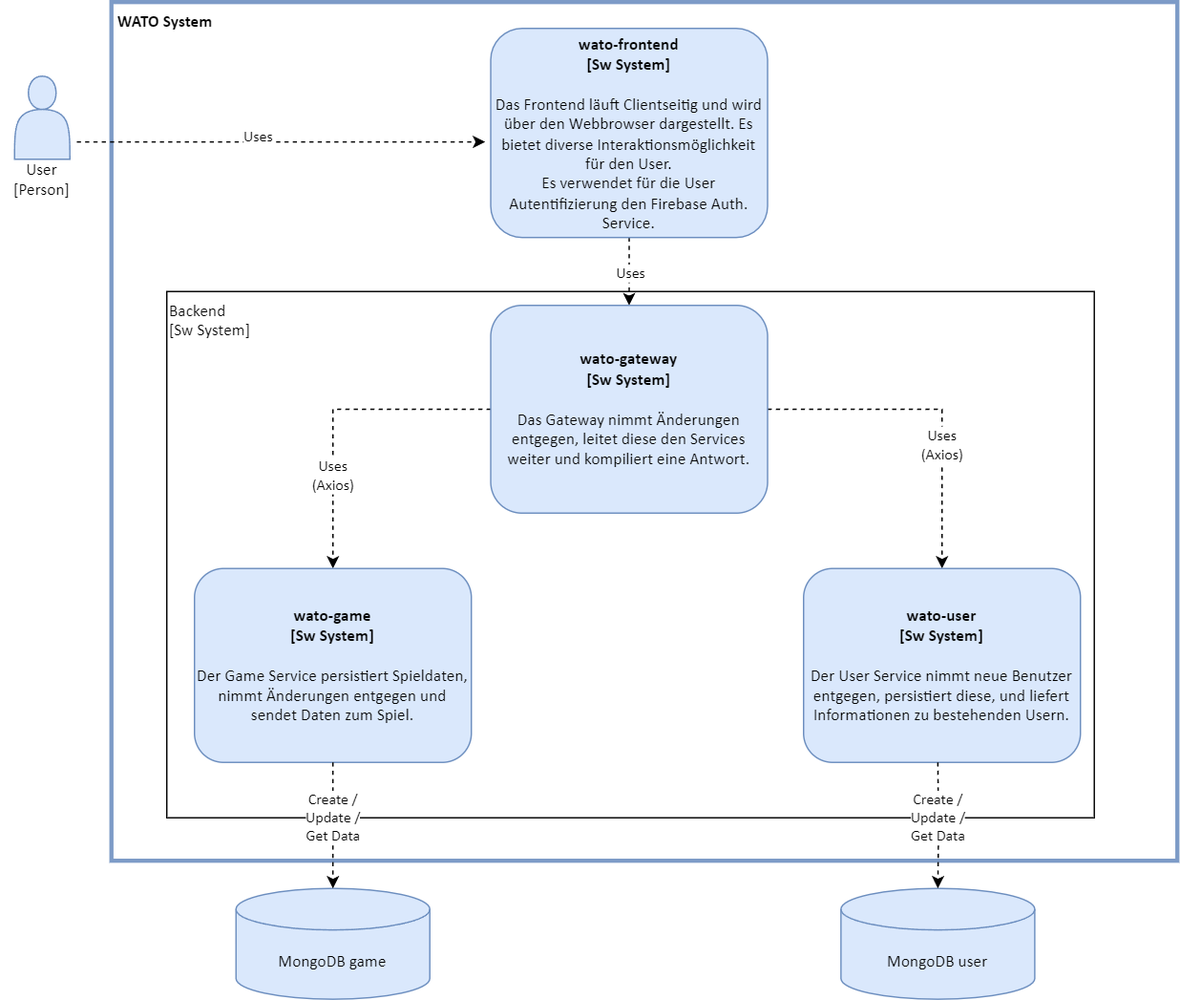
Earlier version of the draw.io export img/ebene-2.png (snoozebaumer/wato). Source tidied: cells renumbered, new cells last; positions are measured from the earlier drawing's top-left corner, leaving out a move shared by most shapes.
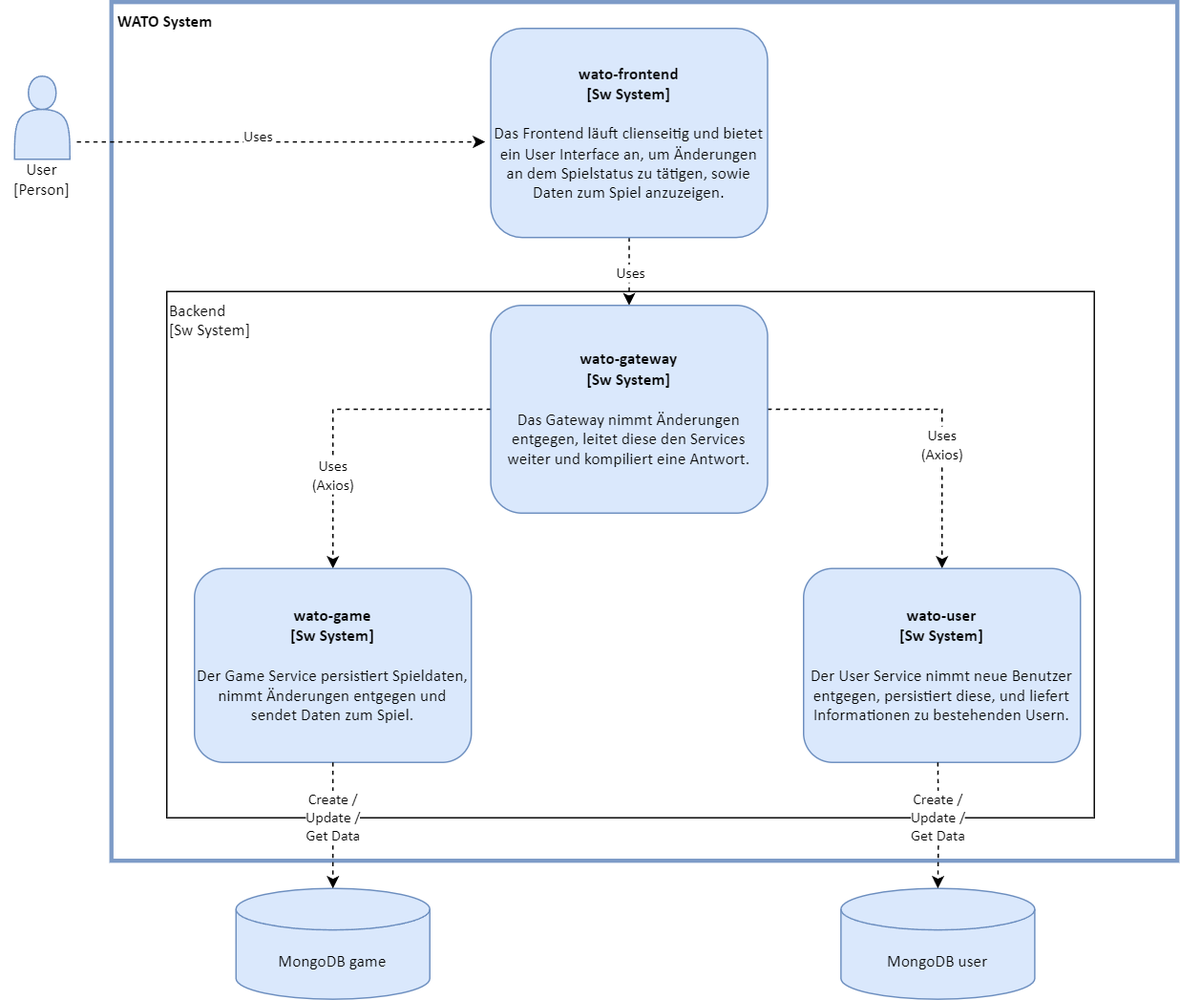
Later version of the same file.

Commit message:
fixed wato-fronted description I forgot to change from template - embarrassing

Change to the diagram source:
```diff
@@ -14,7 +14,7 @@
     <mxCell id="5" value="Uses" style="edgeLabel;html=1;align=center;verticalAlign=middle;fontFamily=Calibri;" parent="4" vertex="1">
       <mxGeometry x="0.05" y="1" relative="1" as="geometry" />
     </mxCell>
-    <mxCell id="6" value="&lt;b&gt;wato-frontend&lt;br&gt;[Sw System]&lt;/b&gt;&lt;br&gt;&lt;div&gt;&lt;br&gt;&lt;/div&gt;&lt;div&gt;Das Frontend läuft Clientseitig und wird über den Webbrowser dargestellt. Es bietet diverse Interaktionsmöglichkeit für den User.&lt;/div&gt;&lt;div&gt;Es verwendet für die User Autentifizierung den Firebase Auth. Service.&lt;/div&gt;" style="rounded=1;whiteSpace=wrap;html=1;fillColor=#dae8fc;strokeColor=#6c8ebf;fontFamily=Calibri;" parent="1" vertex="1">
+    <mxCell id="6" value="&lt;b&gt;wato-frontend&lt;br&gt;[Sw System]&lt;/b&gt;&lt;br&gt;&lt;div&gt;&lt;br&gt;&lt;/div&gt;&lt;div&gt;Das Frontend läuft clienseitig und bietet ein User Interface an, um Änderungen an dem Spielstatus zu tätigen, sowie Daten zum Spiel anzuzeigen.&lt;br&gt;&lt;/div&gt;" style="rounded=1;whiteSpace=wrap;html=1;fillColor=#dae8fc;strokeColor=#6c8ebf;fontFamily=Calibri;" parent="1" vertex="1">
       <mxGeometry x="354" y="19" width="200" height="151" as="geometry" />
     </mxCell>
     <mxCell id="7" style="edgeStyle=orthogonalEdgeStyle;rounded=0;jettySize=auto;html=1;dashed=1;fontFamily=Calibri;" parent="1" edge="1" source="11" target="12">
```
